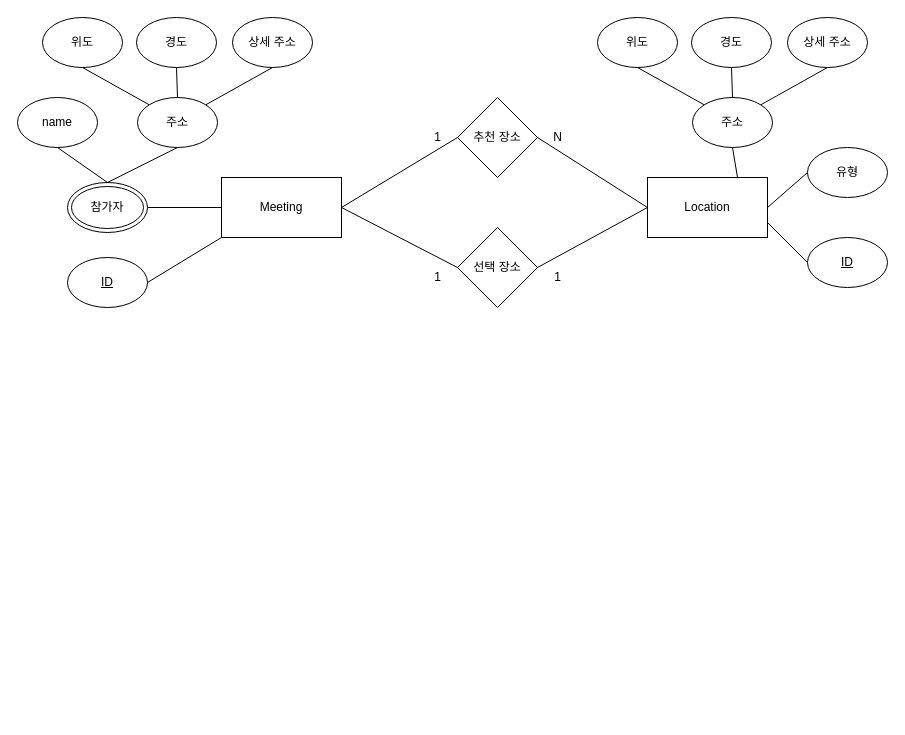
Above: ER-Schema.drawio in jsjg73/LMUN_Ver2.1 (draw.io), before the change. Source tidied: cells renumbered, new cells numbered last; positions are measured from the earlier drawing's top-left corner, leaving out a move shared by most shapes. Both pictures are drawn from the tidied source at 100%, with x=0, y=0 at pixel (17, 17).
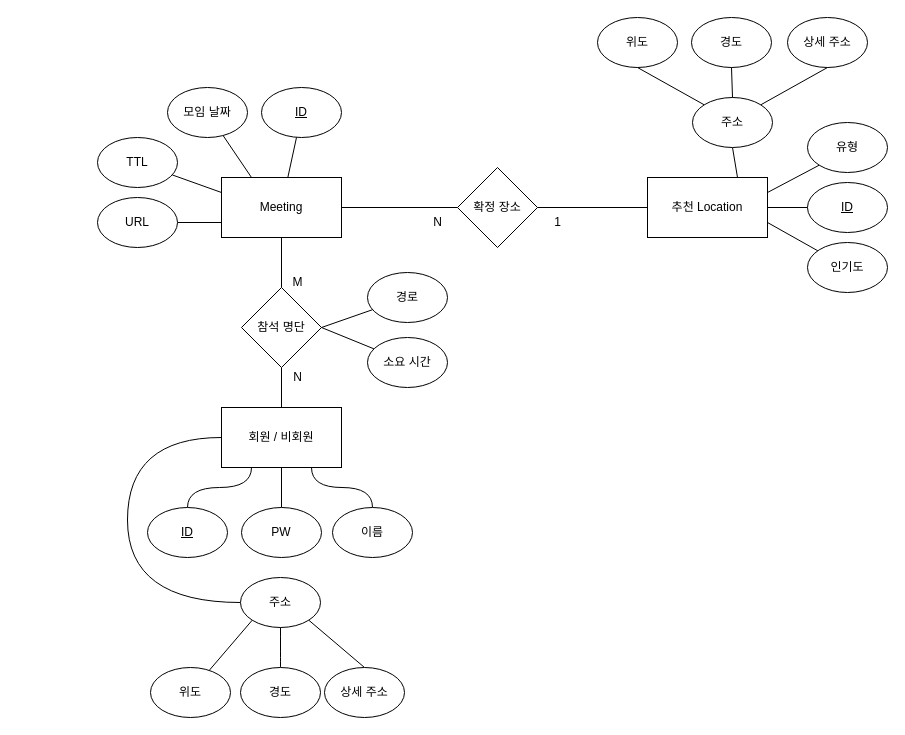
Above is the later version.

The change refers to these unchanged cells:
```xml
<mxCell id="2" value="Meeting" style="rounded=0;whiteSpace=wrap;html=1;" parent="1" vertex="1">
  <mxGeometry x="204" y="160" width="120" height="60" as="geometry" />
</mxCell>
```

Diff of the diagram source:
```diff
@@
+    <mxCell id="40" style="edgeStyle=none;rounded=0;jettySize=auto;html=1;entryX=0.5;entryY=0;entryDx=0;entryDy=0;endArrow=none;endFill=0;" parent="1" edge="1" source="2" target="59">
+      <mxGeometry relative="1" as="geometry" />
+    </mxCell>
@@
+    <mxCell id="15" style="rounded=0;jettySize=auto;html=1;endArrow=none;endFill=0;" parent="1" edge="1" source="3" target="2">
+      <mxGeometry relative="1" as="geometry" />
+    </mxCell>
     <mxCell id="3" value="&lt;u&gt;ID&lt;/u&gt;" style="ellipse;whiteSpace=wrap;html=1;" parent="1" vertex="1">
-      <mxGeometry x="50" y="240" width="80" height="50" as="geometry" />
+      <mxGeometry x="244" y="70" width="80" height="50" as="geometry" />
     </mxCell>
-    <mxCell id="4" value="name" style="ellipse;whiteSpace=wrap;html=1;" parent="1" vertex="1">
-      <mxGeometry y="80" width="80" height="50" as="geometry" />
-    </mxCell>
-    <mxCell id="5" value="참가자" style="ellipse;shape=doubleEllipse;whiteSpace=wrap;html=1;" parent="1" vertex="1">
-      <mxGeometry x="50" y="165" width="80" height="50" as="geometry" />
-    </mxCell>
+    <mxCell id="41" style="edgeStyle=orthogonalEdgeStyle;jettySize=auto;html=1;entryX=0;entryY=0.5;entryDx=0;entryDy=0;endArrow=none;endFill=0;strokeColor=default;curved=1;" parent="1" edge="1" source="6" target="46">
+      <mxGeometry relative="1" as="geometry">
+        <Array as="points">
+          <mxPoint x="110" y="585" />
+          <mxPoint x="110" y="420" />
+        </Array>
+      </mxGeometry>
+    </mxCell>
     <mxCell id="6" value="주소" style="ellipse;whiteSpace=wrap;html=1;direction=south;" parent="1" vertex="1">
-      <mxGeometry x="120" y="80" width="80" height="50" as="geometry" />
+      <mxGeometry x="223" y="560" width="80" height="50" as="geometry" />
     </mxCell>
+    <mxCell id="42" style="edgeStyle=none;jettySize=auto;html=1;entryX=1;entryY=1;entryDx=0;entryDy=0;endArrow=none;endFill=0;strokeColor=default;" parent="1" edge="1" source="7" target="6">
+      <mxGeometry relative="1" as="geometry" />
+    </mxCell>
     <mxCell id="7" value="위도" style="ellipse;whiteSpace=wrap;html=1;" parent="1" vertex="1">
-      <mxGeometry x="25" width="80" height="50" as="geometry" />
+      <mxGeometry x="133" y="650" width="80" height="50" as="geometry" />
     </mxCell>
+    <mxCell id="43" style="jettySize=auto;html=1;entryX=1;entryY=0;entryDx=0;entryDy=0;endArrow=none;endFill=0;strokeColor=default;exitX=0.5;exitY=0;exitDx=0;exitDy=0;" parent="1" edge="1" source="8" target="6">
+      <mxGeometry relative="1" as="geometry" />
+    </mxCell>
     <mxCell id="8" value="상세 주소" style="ellipse;whiteSpace=wrap;html=1;" parent="1" vertex="1">
-      <mxGeometry x="215" width="80" height="50" as="geometry" />
+      <mxGeometry x="307" y="650" width="80" height="50" as="geometry" />
     </mxCell>
+    <mxCell id="44" style="edgeStyle=orthogonalEdgeStyle;curved=1;jettySize=auto;html=1;entryX=1;entryY=0.5;entryDx=0;entryDy=0;endArrow=none;endFill=0;strokeColor=default;" parent="1" edge="1" source="9" target="6">
+      <mxGeometry relative="1" as="geometry" />
+    </mxCell>
     <mxCell id="9" value="경도" style="ellipse;whiteSpace=wrap;html=1;" parent="1" vertex="1">
-      <mxGeometry x="119" width="80" height="50" as="geometry" />
+      <mxGeometry x="223" y="650" width="80" height="50" as="geometry" />
     </mxCell>
-    <mxCell id="10" value="Location" style="rounded=0;whiteSpace=wrap;html=1;" parent="1" vertex="1">
+    <mxCell id="10" value="추천 Location" style="rounded=0;whiteSpace=wrap;html=1;" parent="1" vertex="1">
       <mxGeometry x="630" y="160" width="120" height="60" as="geometry" />
     </mxCell>
-    <mxCell id="11" value="추천 장소" style="rhombus;whiteSpace=wrap;html=1;" parent="1" vertex="1">
-      <mxGeometry x="440" y="80" width="80" height="80" as="geometry" />
-    </mxCell>
-    <mxCell id="12" value="선택 장소" style="rhombus;whiteSpace=wrap;html=1;" parent="1" vertex="1">
-      <mxGeometry x="440" y="210" width="80" height="80" as="geometry" />
+    <mxCell id="12" value="확정 장소" style="rhombus;whiteSpace=wrap;html=1;" parent="1" vertex="1">
+      <mxGeometry x="440" y="150" width="80" height="80" as="geometry" />
     </mxCell>
     <mxCell id="13" value="&lt;u&gt;ID&lt;/u&gt;" style="ellipse;whiteSpace=wrap;html=1;" parent="1" vertex="1">
-      <mxGeometry x="790" y="220" width="80" height="50" as="geometry" />
+      <mxGeometry x="790" y="165" width="80" height="50" as="geometry" />
     </mxCell>
     <mxCell id="14" value="유형" style="ellipse;whiteSpace=wrap;html=1;" parent="1" vertex="1">
-      <mxGeometry x="790" y="130" width="80" height="50" as="geometry" />
+      <mxGeometry x="790" y="105" width="80" height="50" as="geometry" />
     </mxCell>
-    <mxCell id="15" style="endArrow=none;html=1;rounded=0;exitX=1;exitY=0.5;exitDx=0;exitDy=0;entryX=0;entryY=1;entryDx=0;entryDy=0;" parent="1" edge="1" source="3" target="2">
-      <mxGeometry relative="1" as="geometry" />
-    </mxCell>
-    <mxCell id="16" style="endArrow=none;html=1;rounded=0;entryX=0;entryY=0.5;entryDx=0;entryDy=0;" parent="1" edge="1" target="11">
-      <mxGeometry relative="1" as="geometry">
-        <mxPoint x="324" y="190" as="sourcePoint" />
-      </mxGeometry>
-    </mxCell>
-    <mxCell id="17" style="endArrow=none;html=1;rounded=0;exitX=1;exitY=0.5;exitDx=0;exitDy=0;entryX=0;entryY=0.5;entryDx=0;entryDy=0;" parent="1" edge="1" source="5" target="2">
-      <mxGeometry relative="1" as="geometry" />
-    </mxCell>
-    <mxCell id="18" style="endArrow=none;html=1;rounded=0;exitX=0.5;exitY=0;exitDx=0;exitDy=0;entryX=0.5;entryY=1;entryDx=0;entryDy=0;" parent="1" edge="1" source="5" target="4">
-      <mxGeometry relative="1" as="geometry" />
-    </mxCell>
-    <mxCell id="19" style="endArrow=none;html=1;rounded=0;exitX=0.5;exitY=0;exitDx=0;exitDy=0;entryX=1;entryY=0.5;entryDx=0;entryDy=0;" parent="1" edge="1" source="5" target="6">
-      <mxGeometry relative="1" as="geometry" />
-    </mxCell>
-    <mxCell id="20" style="endArrow=none;html=1;rounded=0;exitX=0;exitY=1;exitDx=0;exitDy=0;entryX=0.5;entryY=1;entryDx=0;entryDy=0;" parent="1" edge="1" source="6" target="7">
-      <mxGeometry relative="1" as="geometry" />
-    </mxCell>
-    <mxCell id="21" style="endArrow=none;html=1;rounded=0;exitX=0;exitY=0.5;exitDx=0;exitDy=0;entryX=0.5;entryY=1;entryDx=0;entryDy=0;" parent="1" edge="1" source="6" target="9">
-      <mxGeometry relative="1" as="geometry" />
-    </mxCell>
-    <mxCell id="22" style="endArrow=none;html=1;rounded=0;exitX=0;exitY=0;exitDx=0;exitDy=0;entryX=0.5;entryY=1;entryDx=0;entryDy=0;" parent="1" edge="1" source="6" target="8">
-      <mxGeometry relative="1" as="geometry" />
-    </mxCell>
@@
-    <mxCell id="26" style="endArrow=none;html=1;rounded=0;entryX=0;entryY=0.5;entryDx=0;entryDy=0;exitX=1;exitY=0.5;exitDx=0;exitDy=0;" parent="1" edge="1" source="11" target="10">
-      <mxGeometry relative="1" as="geometry" />
-    </mxCell>
@@
-    <mxCell id="34" style="endArrow=none;html=1;rounded=0;entryX=0;entryY=0.5;entryDx=0;entryDy=0;exitX=1;exitY=0.5;exitDx=0;exitDy=0;" parent="1" edge="1" source="10" target="14">
+    <mxCell id="34" style="endArrow=none;html=1;rounded=0;entryX=0;entryY=1;entryDx=0;entryDy=0;exitX=1;exitY=0.25;exitDx=0;exitDy=0;" parent="1" edge="1" source="10" target="14">
       <mxGeometry relative="1" as="geometry" />
     </mxCell>
-    <mxCell id="35" style="endArrow=none;html=1;rounded=0;entryX=1;entryY=0.75;entryDx=0;entryDy=0;exitX=0;exitY=0.5;exitDx=0;exitDy=0;" parent="1" edge="1" source="13" target="10">
+    <mxCell id="35" style="endArrow=none;html=1;rounded=0;entryX=1;entryY=0.5;entryDx=0;entryDy=0;exitX=0;exitY=0.5;exitDx=0;exitDy=0;" parent="1" edge="1" source="13" target="10">
       <mxGeometry relative="1" as="geometry" />
     </mxCell>
-    <mxCell id="36" value="1" style="text;html=1;align=center;verticalAlign=middle;strokeColor=none;fillColor=none;" parent="1" vertex="1">
-      <mxGeometry x="410" y="110" width="20" height="20" as="geometry" />
-    </mxCell>
-    <mxCell id="37" value="N" style="text;html=1;align=center;verticalAlign=middle;strokeColor=none;fillColor=none;" parent="1" vertex="1">
-      <mxGeometry x="530" y="110" width="20" height="20" as="geometry" />
-    </mxCell>
-    <mxCell id="38" value="1" style="text;html=1;align=center;verticalAlign=middle;strokeColor=none;fillColor=none;" parent="1" vertex="1">
-      <mxGeometry x="410" y="250" width="20" height="20" as="geometry" />
+    <mxCell id="38" value="N" style="text;html=1;align=center;verticalAlign=middle;strokeColor=none;fillColor=none;" parent="1" vertex="1">
+      <mxGeometry x="410" y="195" width="20" height="20" as="geometry" />
     </mxCell>
     <mxCell id="39" value="1" style="text;html=1;align=center;verticalAlign=middle;strokeColor=none;fillColor=none;" parent="1" vertex="1">
-      <mxGeometry x="530" y="250" width="20" height="20" as="geometry" />
+      <mxGeometry x="530" y="195" width="20" height="20" as="geometry" />
     </mxCell>
+    <mxCell id="45" style="edgeStyle=none;rounded=0;jettySize=auto;html=1;entryX=0.5;entryY=1;entryDx=0;entryDy=0;endArrow=none;endFill=0;" parent="1" edge="1" source="46" target="59">
+      <mxGeometry relative="1" as="geometry" />
+    </mxCell>
+    <mxCell id="46" value="회원 / 비회원" style="rounded=0;whiteSpace=wrap;html=1;" parent="1" vertex="1">
+      <mxGeometry x="204" y="390" width="120" height="60" as="geometry" />
+    </mxCell>
+    <mxCell id="47" style="edgeStyle=orthogonalEdgeStyle;jettySize=auto;html=1;entryX=0.25;entryY=1;entryDx=0;entryDy=0;curved=1;endArrow=none;endFill=0;" parent="1" edge="1" source="48" target="46">
+      <mxGeometry relative="1" as="geometry" />
+    </mxCell>
+    <mxCell id="48" value="&lt;u&gt;ID&lt;/u&gt;" style="ellipse;whiteSpace=wrap;html=1;" parent="1" vertex="1">
+      <mxGeometry x="130" y="490" width="80" height="50" as="geometry" />
+    </mxCell>
+    <mxCell id="49" style="edgeStyle=orthogonalEdgeStyle;rounded=0;jettySize=auto;html=1;entryX=0.5;entryY=1;entryDx=0;entryDy=0;endArrow=none;endFill=0;" parent="1" edge="1" source="50" target="46">
+      <mxGeometry relative="1" as="geometry" />
+    </mxCell>
+    <mxCell id="50" value="&lt;span&gt;PW&lt;/span&gt;" style="ellipse;whiteSpace=wrap;html=1;fontStyle=0;" parent="1" vertex="1">
+      <mxGeometry x="224" y="490" width="80" height="50" as="geometry" />
+    </mxCell>
+    <mxCell id="51" style="edgeStyle=orthogonalEdgeStyle;rounded=0;jettySize=auto;html=1;entryX=0.75;entryY=1;entryDx=0;entryDy=0;endArrow=none;endFill=0;curved=1;" parent="1" edge="1" source="52" target="46">
+      <mxGeometry relative="1" as="geometry" />
+    </mxCell>
+    <mxCell id="52" value="이름" style="ellipse;whiteSpace=wrap;html=1;fontStyle=0;" parent="1" vertex="1">
+      <mxGeometry x="315" y="490" width="80" height="50" as="geometry" />
+    </mxCell>
+    <mxCell id="53" style="edgeStyle=none;rounded=0;jettySize=auto;html=1;entryX=0.25;entryY=0;entryDx=0;entryDy=0;endArrow=none;endFill=0;" parent="1" edge="1" source="54" target="2">
+      <mxGeometry relative="1" as="geometry" />
+    </mxCell>
+    <mxCell id="54" value="모임 날짜" style="ellipse;whiteSpace=wrap;html=1;fontStyle=0;" parent="1" vertex="1">
+      <mxGeometry x="150" y="70" width="80" height="50" as="geometry" />
+    </mxCell>
+    <mxCell id="55" style="edgeStyle=none;rounded=0;jettySize=auto;html=1;entryX=0;entryY=0.25;entryDx=0;entryDy=0;endArrow=none;endFill=0;" parent="1" edge="1" source="56" target="2">
+      <mxGeometry relative="1" as="geometry" />
+    </mxCell>
+    <mxCell id="56" value="TTL" style="ellipse;whiteSpace=wrap;html=1;fontStyle=0;" parent="1" vertex="1">
+      <mxGeometry x="80" y="120" width="80" height="50" as="geometry" />
+    </mxCell>
+    <mxCell id="57" style="edgeStyle=none;rounded=0;jettySize=auto;html=1;entryX=0;entryY=0.75;entryDx=0;entryDy=0;endArrow=none;endFill=0;" parent="1" edge="1" source="58" target="2">
+      <mxGeometry relative="1" as="geometry" />
+    </mxCell>
+    <mxCell id="58" value="URL" style="ellipse;whiteSpace=wrap;html=1;fontStyle=0;" parent="1" vertex="1">
+      <mxGeometry x="80" y="180" width="80" height="50" as="geometry" />
+    </mxCell>
+    <mxCell id="59" value="참석 명단" style="rhombus;whiteSpace=wrap;html=1;" parent="1" vertex="1">
+      <mxGeometry x="224" y="270" width="80" height="80" as="geometry" />
+    </mxCell>
+    <mxCell id="60" style="edgeStyle=none;rounded=0;jettySize=auto;html=1;entryX=1;entryY=0.75;entryDx=0;entryDy=0;endArrow=none;endFill=0;" parent="1" edge="1" source="61" target="10">
+      <mxGeometry relative="1" as="geometry" />
+    </mxCell>
+    <mxCell id="61" value="&lt;span&gt;인기도&lt;/span&gt;" style="ellipse;whiteSpace=wrap;html=1;fontStyle=0;" parent="1" vertex="1">
+      <mxGeometry x="790" y="225" width="80" height="50" as="geometry" />
+    </mxCell>
+    <mxCell id="62" value="M" style="text;html=1;align=center;verticalAlign=middle;strokeColor=none;fillColor=none;" parent="1" vertex="1">
+      <mxGeometry x="265" y="255" width="30" height="20" as="geometry" />
+    </mxCell>
+    <mxCell id="37" value="N" style="text;html=1;align=center;verticalAlign=middle;strokeColor=none;fillColor=none;" parent="1" vertex="1">
+      <mxGeometry x="270" y="350" width="20" height="20" as="geometry" />
+    </mxCell>
+    <mxCell id="63" style="edgeStyle=none;rounded=0;jettySize=auto;html=1;entryX=1;entryY=0.5;entryDx=0;entryDy=0;endArrow=none;endFill=0;" parent="1" edge="1" source="64" target="59">
+      <mxGeometry relative="1" as="geometry" />
+    </mxCell>
+    <mxCell id="64" value="경로" style="ellipse;whiteSpace=wrap;html=1;fontStyle=0;" parent="1" vertex="1">
+      <mxGeometry x="350" y="255" width="80" height="50" as="geometry" />
+    </mxCell>
+    <mxCell id="65" style="edgeStyle=none;rounded=0;jettySize=auto;html=1;entryX=1;entryY=0.5;entryDx=0;entryDy=0;endArrow=none;endFill=0;" parent="1" edge="1" source="66" target="59">
+      <mxGeometry relative="1" as="geometry" />
+    </mxCell>
+    <mxCell id="66" value="소요 시간" style="ellipse;whiteSpace=wrap;html=1;fontStyle=0;" parent="1" vertex="1">
+      <mxGeometry x="350" y="320" width="80" height="50" as="geometry" />
+    </mxCell>
```
